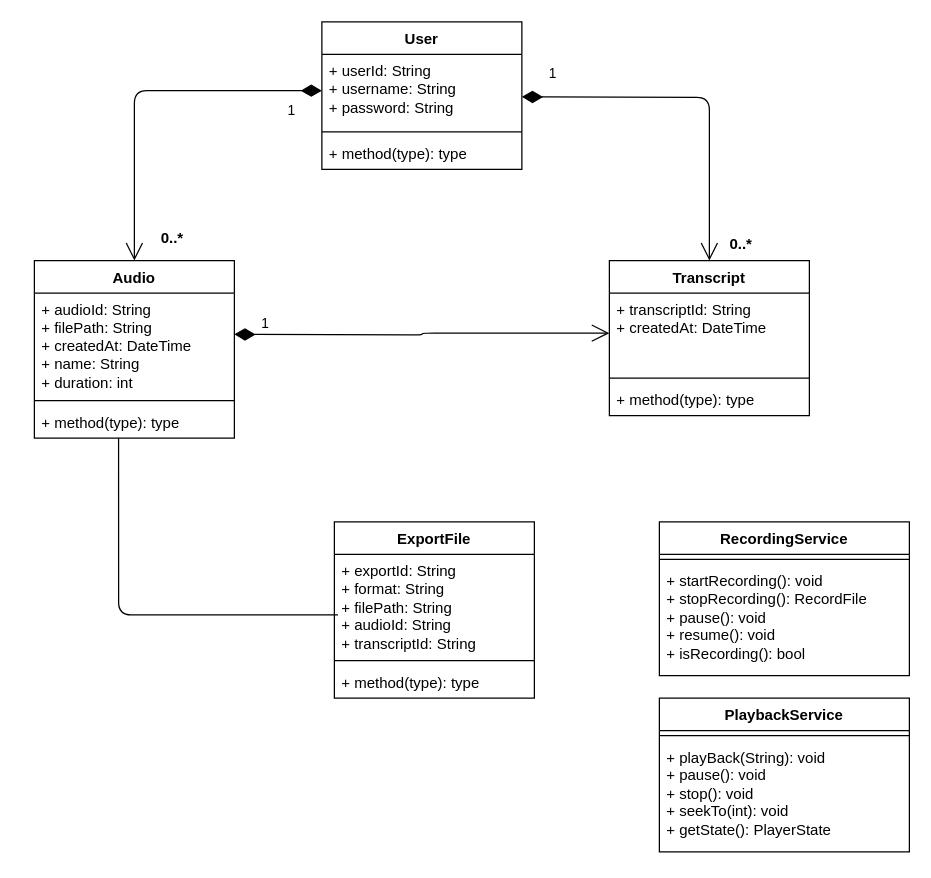
Sophavisnuka/Smean-Mobile-App keeps this draw.io diagram as page "Page-1" (1 of 2) of UML.drawio. Above is the earlier version. Source tidied: cells renumbered, new cells numbered last; positions are measured from the earlier drawing's top-left corner, leaving out a move shared by most shapes. Both pictures are drawn from the tidied source at 125%, with x=0, y=0 at pixel (34, 21).
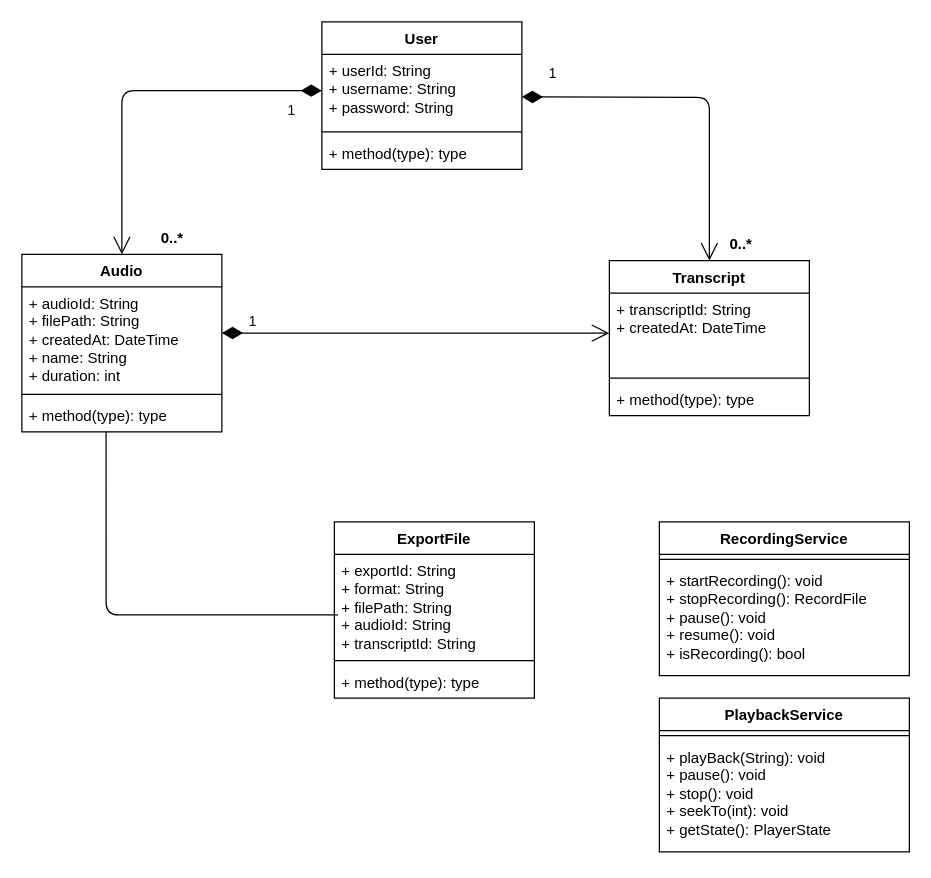
The same diagram, later.

Unchanged cells that the change refers to:
```xml
<mxCell id="3" value="+ audioId: String&lt;div&gt;+ filePath: String&lt;/div&gt;&lt;div&gt;+ createdAt: DateTime&lt;/div&gt;&lt;div&gt;+ name: String&lt;/div&gt;&lt;div&gt;+ duration: int&lt;/div&gt;" style="text;strokeColor=none;fillColor=none;align=left;verticalAlign=top;spacingLeft=4;spacingRight=4;overflow=hidden;points=[[0,0.5],[1,0.5]];portConstraint=eastwest;whiteSpace=wrap;html=1;" parent="2" vertex="1">
  <mxGeometry y="26" width="160" height="82" as="geometry" />
</mxCell>
<mxCell id="13" value="+ transcriptId: String&lt;div&gt;+ createdAt: DateTime&lt;/div&gt;" style="text;strokeColor=none;fillColor=none;align=left;verticalAlign=top;spacingLeft=4;spacingRight=4;overflow=hidden;points=[[0,0.5],[1,0.5]];portConstraint=eastwest;whiteSpace=wrap;html=1;" parent="12" vertex="1">
  <mxGeometry y="26" width="160" height="64" as="geometry" />
</mxCell>
```

The edit, as a diff of the source:
```diff
@@
     <mxCell id="2" value="Audio" style="swimlane;fontStyle=1;align=center;verticalAlign=top;horizontal=1;startSize=26;whiteSpace=wrap;html=1;" parent="1" vertex="1">
-      <mxGeometry y="191" width="160" height="142" as="geometry" />
+      <mxGeometry x="-10" y="186" width="160" height="142" as="geometry" />
     </mxCell>
@@
-    <mxCell id="22" value="1" style="endArrow=open;html=1;endSize=12;startArrow=diamondThin;startSize=14;startFill=1;edgeStyle=orthogonalEdgeStyle;align=left;verticalAlign=bottom;entryX=0;entryY=0.5;entryDx=0;entryDy=0;" parent="1" edge="1" target="13">
-      <mxGeometry x="-0.87" relative="1" as="geometry">
-        <mxPoint x="160" y="250" as="sourcePoint" />
-      </mxGeometry>
+    <mxCell id="22" value="1" style="endArrow=open;html=1;endSize=12;startArrow=diamondThin;startSize=14;startFill=1;edgeStyle=orthogonalEdgeStyle;align=left;verticalAlign=bottom;entryX=0;entryY=0.5;entryDx=0;entryDy=0;exitX=1;exitY=0.451;exitDx=0;exitDy=0;exitPerimeter=0;" parent="1" edge="1" source="3" target="13">
+      <mxGeometry x="-0.87" relative="1" as="geometry" />
     </mxCell>
```
